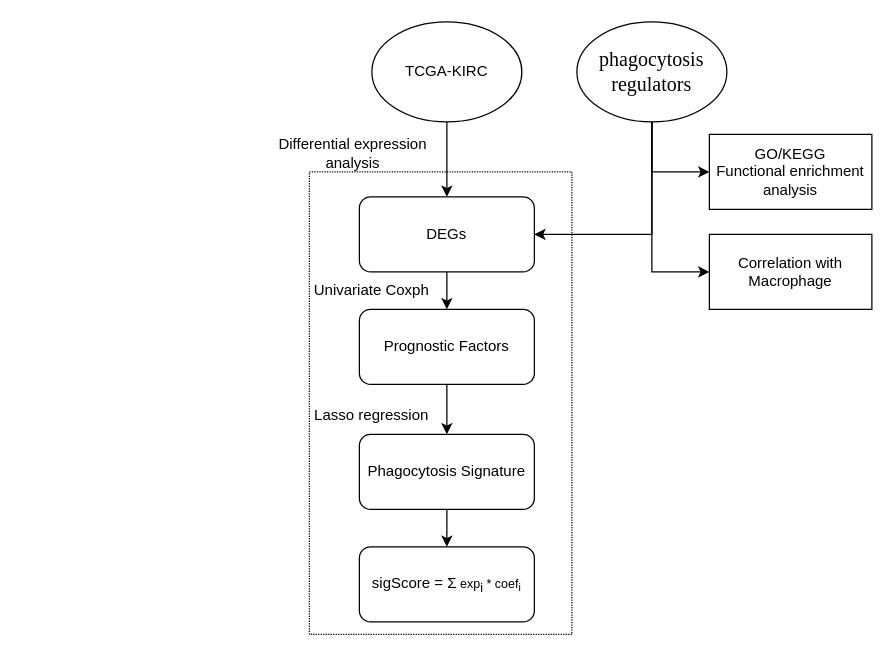
Earlier version of the draw.io diagram Untitled Diagram.drawio (gnilihzeux/Bioinformatics_Pipeline). Source tidied: cells renumbered, new cells numbered last; positions are measured from the earlier drawing's top-left corner, leaving out a move shared by most shapes. Both pictures are drawn from the tidied source at 125%, with x=0, y=0 at pixel (271, 21).
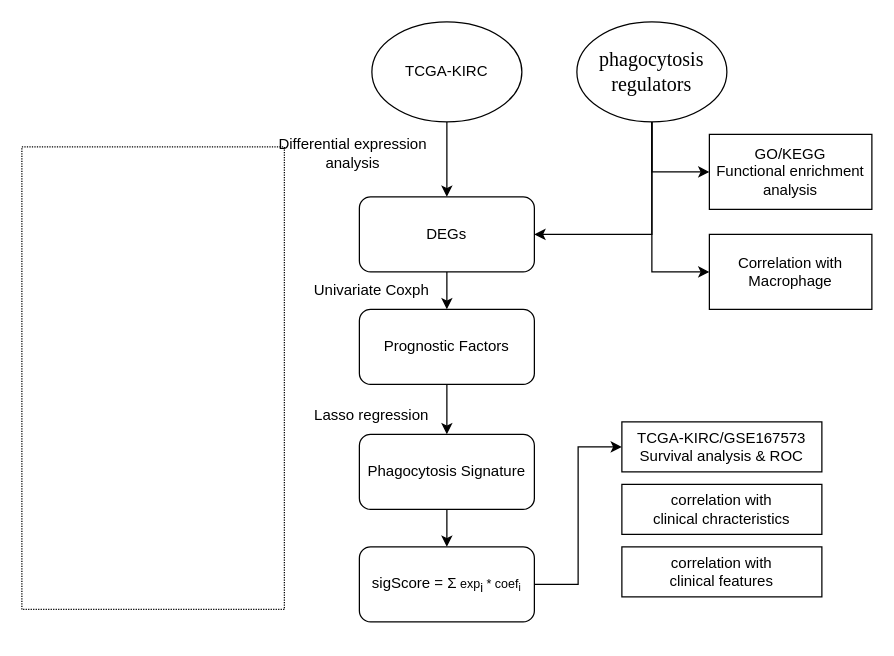
After the change.

The change refers to these unchanged cells:
```xml
<mxCell id="19" value="sigScore = Σ&lt;span style=&quot;font-size: 10px&quot;&gt;&amp;nbsp;&lt;/span&gt;&lt;span style=&quot;font-size: 10px&quot;&gt;exp&lt;/span&gt;&lt;sub&gt;i&amp;nbsp;&lt;/sub&gt;&lt;span style=&quot;font-size: 10px&quot;&gt;* coef&lt;sub&gt;i&lt;/sub&gt;&lt;/span&gt;" style="whiteSpace=wrap;html=1;rounded=1;" parent="1" vertex="1">
  <mxGeometry x="70" y="420" width="140" height="60" as="geometry" />
</mxCell>
```

What changed in the source:
```diff
@@
+    <mxCell id="22" style="edgeStyle=orthogonalEdgeStyle;rounded=0;jettySize=auto;html=1;entryX=0;entryY=0.5;entryDx=0;entryDy=0;" parent="1" edge="1" source="19" target="23">
+      <mxGeometry relative="1" as="geometry" />
+    </mxCell>
@@
     <mxCell id="21" style="rounded=0;whiteSpace=wrap;html=1;fillColor=none;dashed=1;dashPattern=1 1;" parent="1" vertex="1">
-      <mxGeometry x="30" y="120" width="210" height="370" as="geometry" />
+      <mxGeometry x="-200" y="100" width="210" height="370" as="geometry" />
     </mxCell>
+    <mxCell id="23" value="TCGA-KIRC/GSE167573&lt;br&gt;Survival analysis &amp;amp; ROC" style="rounded=0;whiteSpace=wrap;html=1;fillColor=none;" parent="1" vertex="1">
+      <mxGeometry x="280" y="320" width="160" height="40" as="geometry" />
+    </mxCell>
+    <mxCell id="24" value="correlation with&lt;br&gt;clinical chracteristics" style="rounded=0;whiteSpace=wrap;html=1;fillColor=none;" parent="1" vertex="1">
+      <mxGeometry x="280" y="370" width="160" height="40" as="geometry" />
+    </mxCell>
+    <mxCell id="25" value="correlation with&lt;br&gt;clinical features" style="rounded=0;whiteSpace=wrap;html=1;fillColor=none;" parent="1" vertex="1">
+      <mxGeometry x="280" y="420" width="160" height="40" as="geometry" />
+    </mxCell>
```
